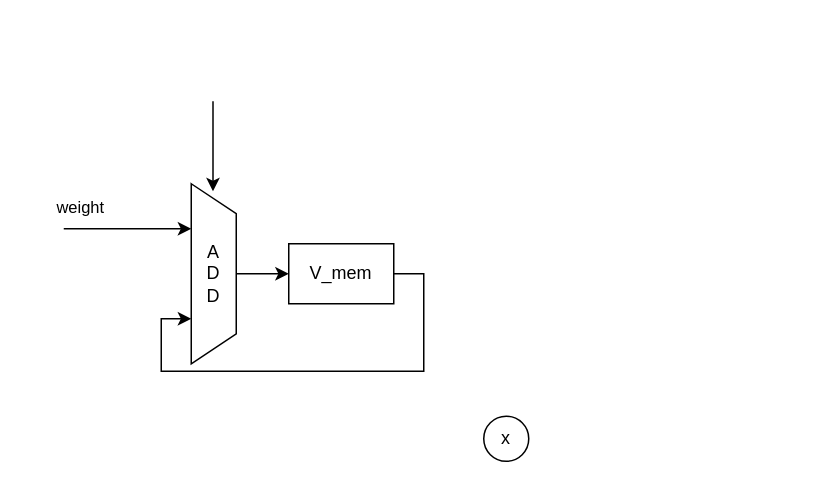
The draw.io diagram blif.drawio in AurelieSa/draw_io, before the edit. Source tidied: cells renumbered, new cells numbered last; positions are measured from the earlier drawing's top-left corner, leaving out a move shared by most shapes. Both pictures are drawn from the tidied source at 150%, with x=0, y=0 at pixel (63, 100).
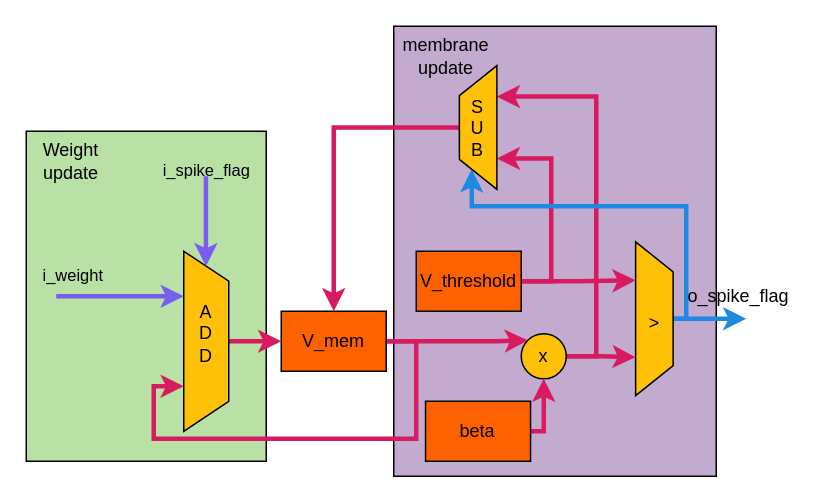
After the change.

What changed in the source:
```diff
@@
+    <mxCell id="11" style="rounded=0;whiteSpace=wrap;html=1;fillColor=#C3ABD0;" parent="1" vertex="1">
+      <mxGeometry x="220" y="-50" width="215" height="300" as="geometry" />
+    </mxCell>
+    <mxCell id="12" style="rounded=0;whiteSpace=wrap;html=1;fillColor=#B9E0A5;" parent="1" vertex="1">
+      <mxGeometry x="-25" y="20" width="160" height="220" as="geometry" />
+    </mxCell>
-    <mxCell id="2" style="edgeStyle=orthogonalEdgeStyle;rounded=0;jettySize=auto;html=1;entryX=0;entryY=0.5;entryDx=0;entryDy=0;" parent="1" edge="1" source="3" target="7">
+    <mxCell id="2" style="edgeStyle=orthogonalEdgeStyle;rounded=0;jettySize=auto;html=1;entryX=0;entryY=0.5;entryDx=0;entryDy=0;strokeColor=#D81B60;strokeWidth=3;" parent="1" edge="1" source="3" target="7">
       <mxGeometry relative="1" as="geometry" />
     </mxCell>
-    <mxCell id="3" style="shape=trapezoid;perimeter=trapezoidPerimeter;whiteSpace=wrap;html=1;fixedSize=1;rotation=90;" parent="1" vertex="1">
-      <mxGeometry x="40" y="100" width="120" height="30" as="geometry" />
+    <mxCell id="3" style="shape=trapezoid;perimeter=trapezoidPerimeter;whiteSpace=wrap;html=1;fixedSize=1;rotation=90;fillColor=#FFC107;" parent="1" vertex="1">
+      <mxGeometry x="35" y="145" width="120" height="30" as="geometry" />
     </mxCell>
     <mxCell id="4" value="&lt;div&gt;A&lt;/div&gt;&lt;div&gt;D&lt;/div&gt;&lt;div&gt;D&lt;br&gt;&lt;/div&gt;" style="text;html=1;align=center;verticalAlign=middle;whiteSpace=wrap;rounded=0;" parent="1" vertex="1">
-      <mxGeometry x="70" y="100" width="60" height="30" as="geometry" />
+      <mxGeometry x="65" y="140" width="60" height="30" as="geometry" />
     </mxCell>
+    <mxCell id="13" style="edgeStyle=orthogonalEdgeStyle;rounded=0;jettySize=auto;html=1;exitX=1;exitY=0.5;exitDx=0;exitDy=0;entryX=0.75;entryY=1;entryDx=0;entryDy=0;strokeColor=#D81B60;strokeWidth=3;" parent="1" edge="1" source="5" target="24">
+      <mxGeometry relative="1" as="geometry" />
+    </mxCell>
+    <mxCell id="14" style="edgeStyle=orthogonalEdgeStyle;rounded=0;jettySize=auto;html=1;exitX=1;exitY=0.5;exitDx=0;exitDy=0;entryX=0.75;entryY=1;entryDx=0;entryDy=0;strokeColor=#D81B60;strokeWidth=3;" parent="1" edge="1" source="5" target="27">
+      <mxGeometry relative="1" as="geometry" />
+    </mxCell>
-    <mxCell id="5" value="x" style="ellipse;whiteSpace=wrap;html=1;" parent="1" vertex="1">
-      <mxGeometry x="280" y="210" width="30" height="30" as="geometry" />
+    <mxCell id="5" value="x" style="ellipse;whiteSpace=wrap;html=1;fillColor=#FFC107;" parent="1" vertex="1">
+      <mxGeometry x="305" y="155" width="30" height="30" as="geometry" />
     </mxCell>
-    <mxCell id="6" style="edgeStyle=orthogonalEdgeStyle;rounded=0;jettySize=auto;html=1;exitX=1;exitY=0.5;exitDx=0;exitDy=0;entryX=0.75;entryY=1;entryDx=0;entryDy=0;" parent="1" edge="1" source="7" target="3">
+    <mxCell id="6" style="edgeStyle=orthogonalEdgeStyle;rounded=0;jettySize=auto;html=1;exitX=1;exitY=0.5;exitDx=0;exitDy=0;entryX=0.75;entryY=1;entryDx=0;entryDy=0;strokeColor=#D81B60;strokeWidth=3;" parent="1" edge="1" source="7" target="3">
       <mxGeometry relative="1" as="geometry">
         <Array as="points">
-          <mxPoint x="240" y="115" />
-          <mxPoint x="240" y="180" />
-          <mxPoint x="65" y="180" />
-          <mxPoint x="65" y="145" />
+          <mxPoint x="235" y="160" />
+          <mxPoint x="235" y="225" />
+          <mxPoint x="60" y="225" />
+          <mxPoint x="60" y="190" />
         </Array>
       </mxGeometry>
     </mxCell>
+    <mxCell id="15" style="edgeStyle=orthogonalEdgeStyle;rounded=0;jettySize=auto;html=1;exitX=1;exitY=0.5;exitDx=0;exitDy=0;entryX=0;entryY=0;entryDx=0;entryDy=0;strokeColor=#D81B60;strokeWidth=3;" parent="1" edge="1" source="7" target="5">
+      <mxGeometry relative="1" as="geometry">
+        <Array as="points">
+          <mxPoint x="289" y="160" />
+        </Array>
+      </mxGeometry>
+    </mxCell>
-    <mxCell id="7" value="V_mem" style="rounded=0;whiteSpace=wrap;html=1;" parent="1" vertex="1">
-      <mxGeometry x="150" y="95" width="70" height="40" as="geometry" />
+    <mxCell id="7" value="V_mem" style="rounded=0;whiteSpace=wrap;html=1;fillColor=#FE6100;" parent="1" vertex="1">
+      <mxGeometry x="145" y="140" width="70" height="40" as="geometry" />
     </mxCell>
-    <mxCell id="8" style="endArrow=classic;html=1;rounded=0;entryX=0.25;entryY=1;entryDx=0;entryDy=0;" parent="1" edge="1" target="3">
+    <mxCell id="8" style="endArrow=classic;html=1;rounded=0;entryX=0.25;entryY=1;entryDx=0;entryDy=0;fillColor=#d5e8d4;strokeColor=#785EF0;strokeWidth=3;" parent="1" edge="1" target="3">
       <mxGeometry relative="1" as="geometry">
-        <mxPoint y="85" as="sourcePoint" />
+        <mxPoint x="-5" y="130" as="sourcePoint" />
       </mxGeometry>
     </mxCell>
-    <mxCell id="9" value="weight" style="edgeLabel;html=1;align=center;verticalAlign=middle;" parent="8" vertex="1">
+    <mxCell id="9" value="i_weight" style="edgeLabel;html=1;align=center;verticalAlign=middle;labelBackgroundColor=none;" parent="8" vertex="1">
       <mxGeometry x="-0.74" y="-2" relative="1" as="geometry">
         <mxPoint x="-1" y="-17" as="offset" />
       </mxGeometry>
     </mxCell>
-    <mxCell id="10" style="endArrow=classic;html=1;rounded=0;" parent="1" edge="1">
+    <mxCell id="10" style="endArrow=classic;html=1;rounded=0;strokeColor=#785EF0;strokeWidth=3;" parent="1" edge="1">
       <mxGeometry relative="1" as="geometry">
-        <mxPoint x="99.5" as="sourcePoint" />
-        <mxPoint x="99.5" y="60" as="targetPoint" />
+        <mxPoint x="94.8" y="50" as="sourcePoint" />
+        <mxPoint x="94.8" y="110" as="targetPoint" />
       </mxGeometry>
     </mxCell>
+    <mxCell id="16" value="i_spike_flag" style="edgeLabel;html=1;align=center;verticalAlign=middle;labelBackgroundColor=none;" parent="10" vertex="1">
+      <mxGeometry x="-0.63" y="-1" relative="1" as="geometry">
+        <mxPoint x="1" y="-16" as="offset" />
+      </mxGeometry>
+    </mxCell>
+    <mxCell id="17" style="edgeStyle=orthogonalEdgeStyle;rounded=0;jettySize=auto;html=1;exitX=1;exitY=0.5;exitDx=0;exitDy=0;entryX=0.5;entryY=1;entryDx=0;entryDy=0;strokeColor=#D81B60;strokeWidth=3;" parent="1" edge="1" source="18" target="5">
+      <mxGeometry relative="1" as="geometry" />
+    </mxCell>
+    <mxCell id="18" value="beta" style="rounded=0;whiteSpace=wrap;html=1;fillColor=#FE6100;" parent="1" vertex="1">
+      <mxGeometry x="241.2" y="200" width="70" height="40" as="geometry" />
+    </mxCell>
+    <mxCell id="19" style="edgeStyle=orthogonalEdgeStyle;rounded=0;jettySize=auto;html=1;exitX=1;exitY=0.5;exitDx=0;exitDy=0;entryX=0.25;entryY=1;entryDx=0;entryDy=0;strokeColor=#D81B60;strokeWidth=3;" parent="1" edge="1" source="21" target="24">
+      <mxGeometry relative="1" as="geometry" />
+    </mxCell>
+    <mxCell id="20" style="edgeStyle=orthogonalEdgeStyle;rounded=0;jettySize=auto;html=1;exitX=1;exitY=0.5;exitDx=0;exitDy=0;entryX=0.25;entryY=1;entryDx=0;entryDy=0;strokeColor=#D81B60;strokeWidth=3;" parent="1" edge="1" source="21" target="27">
+      <mxGeometry relative="1" as="geometry" />
+    </mxCell>
+    <mxCell id="21" value="V_threshold" style="rounded=0;whiteSpace=wrap;html=1;fillColor=#FE6100;" parent="1" vertex="1">
+      <mxGeometry x="235" y="100" width="70" height="40" as="geometry" />
+    </mxCell>
+    <mxCell id="22" style="edgeStyle=orthogonalEdgeStyle;rounded=0;jettySize=auto;html=1;entryX=0;entryY=0.25;entryDx=0;entryDy=0;exitX=0.5;exitY=0;exitDx=0;exitDy=0;strokeColor=#1E88E5;strokeWidth=3;" parent="1" edge="1" source="24" target="27">
+      <mxGeometry relative="1" as="geometry">
+        <Array as="points">
+          <mxPoint x="415" y="145" />
+          <mxPoint x="415" y="70" />
+          <mxPoint x="272" y="70" />
+        </Array>
+      </mxGeometry>
+    </mxCell>
+    <mxCell id="23" style="edgeStyle=orthogonalEdgeStyle;rounded=0;jettySize=auto;html=1;exitX=0.5;exitY=0;exitDx=0;exitDy=0;strokeColor=#1E88E5;strokeWidth=3;" parent="1" edge="1" source="24">
+      <mxGeometry relative="1" as="geometry">
+        <mxPoint x="455" y="145" as="targetPoint" />
+      </mxGeometry>
+    </mxCell>
+    <mxCell id="24" style="shape=trapezoid;perimeter=trapezoidPerimeter;whiteSpace=wrap;html=1;fixedSize=1;rotation=90;fillColor=#FFC107;" parent="1" vertex="1">
+      <mxGeometry x="342.5" y="132.5" width="102.5" height="25" as="geometry" />
+    </mxCell>
+    <mxCell id="25" value="&amp;gt;" style="text;html=1;align=center;verticalAlign=middle;whiteSpace=wrap;rounded=0;" parent="1" vertex="1">
+      <mxGeometry x="363.8" y="132.5" width="60" height="30" as="geometry" />
+    </mxCell>
+    <mxCell id="26" style="edgeStyle=orthogonalEdgeStyle;rounded=0;jettySize=auto;html=1;exitX=0.5;exitY=0;exitDx=0;exitDy=0;entryX=0.5;entryY=0;entryDx=0;entryDy=0;strokeColor=#D81B60;strokeWidth=3;" parent="1" edge="1" source="27" target="7">
+      <mxGeometry relative="1" as="geometry" />
+    </mxCell>
+    <mxCell id="27" style="shape=trapezoid;perimeter=trapezoidPerimeter;whiteSpace=wrap;html=1;fixedSize=1;rotation=-90;fillColor=#FFC107;" parent="1" vertex="1">
+      <mxGeometry x="235" y="5" width="82.5" height="25" as="geometry" />
+    </mxCell>
+    <mxCell id="28" value="&lt;div&gt;S&lt;/div&gt;&lt;div&gt;U&lt;/div&gt;&lt;div&gt;B&lt;br&gt;&lt;/div&gt;" style="text;html=1;align=center;verticalAlign=middle;whiteSpace=wrap;rounded=0;" parent="1" vertex="1">
+      <mxGeometry x="246.2" y="2.5" width="60" height="30" as="geometry" />
+    </mxCell>
+    <mxCell id="29" value="o_spike_flag" style="text;html=1;align=center;verticalAlign=middle;whiteSpace=wrap;rounded=0;" parent="1" vertex="1">
+      <mxGeometry x="420" y="115" width="60" height="30" as="geometry" />
+    </mxCell>
+    <mxCell id="30" value="Weight update" style="text;html=1;align=center;verticalAlign=middle;whiteSpace=wrap;rounded=0;" parent="1" vertex="1">
+      <mxGeometry x="-25" y="25" width="60" height="30" as="geometry" />
+    </mxCell>
+    <mxCell id="31" value="membrane update" style="text;html=1;align=center;verticalAlign=middle;whiteSpace=wrap;rounded=0;" parent="1" vertex="1">
+      <mxGeometry x="225" y="-45" width="60" height="30" as="geometry" />
+    </mxCell>
```
